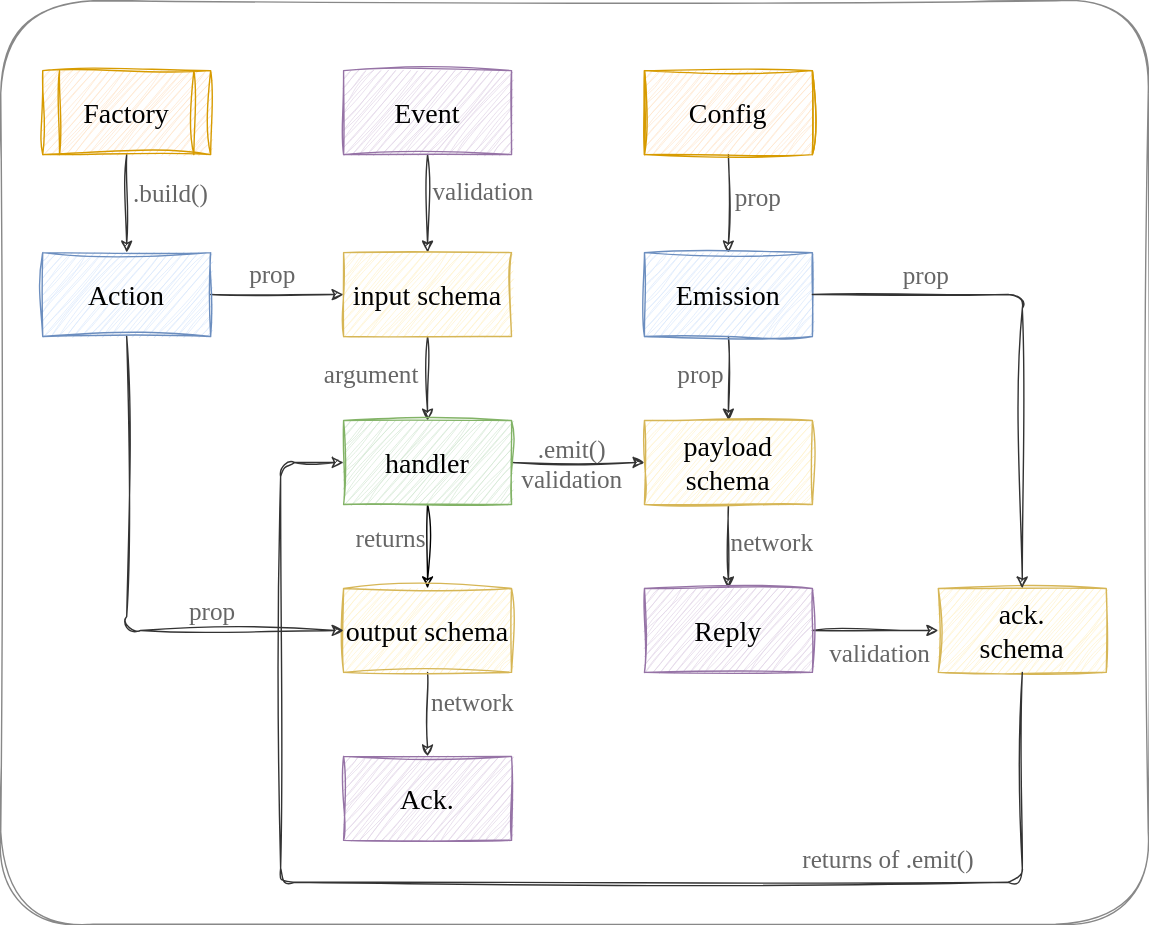
RobinTail/zod-sockets keeps this draw.io diagram as flow.svg. Above is the earlier version. Source tidied: cells renumbered, new cells last; positions are measured from the earlier drawing's top-left corner, leaving out a move shared by most shapes.
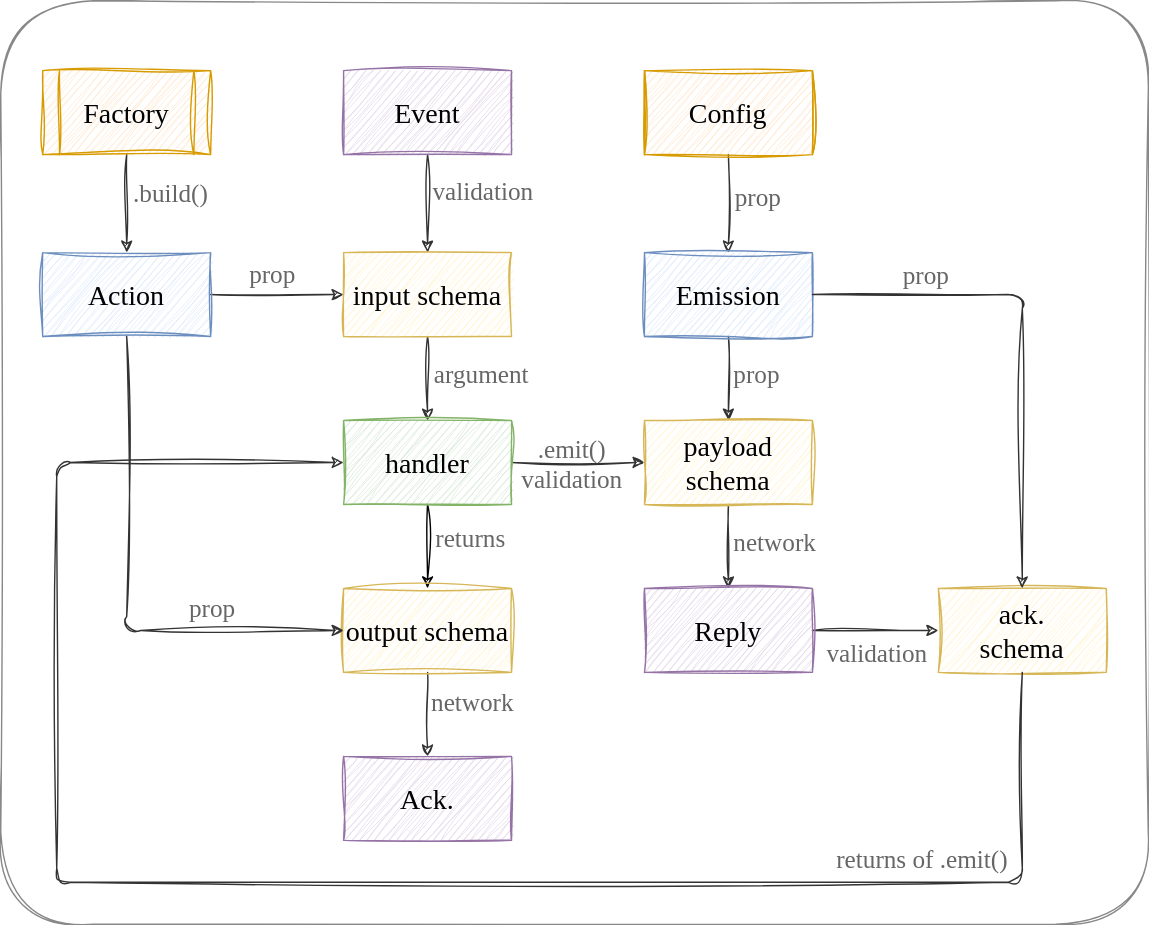
After the change.

Commit message:
Arranging the flow captions on the diagram

Change to the diagram source:
```diff
@@ -35,7 +35,7 @@
     <mxCell id="12" style="edgeStyle=orthogonalEdgeStyle;rounded=0;sketch=1;hachureGap=4;jiggle=2;curveFitting=1;jettySize=auto;html=1;fontFamily=Architects Daughter;fontSource=https%3A%2F%2Ffonts.googleapis.com%2Fcss%3Ffamily%3DArchitects%2BDaughter;fontSize=16;strokeColor=#333333;" parent="1" edge="1" source="14" target="19">
       <mxGeometry relative="1" as="geometry" />
     </mxCell>
-    <mxCell id="13" value="argument" style="edgeLabel;html=1;align=right;verticalAlign=middle;fontSize=18;fontFamily=Architects Daughter;labelBackgroundColor=none;spacingRight=3;fontColor=#666666;" parent="12" vertex="1">
+    <mxCell id="13" value="argument" style="edgeLabel;html=1;align=left;verticalAlign=middle;fontSize=18;fontFamily=Architects Daughter;labelBackgroundColor=none;spacingRight=3;fontColor=#666666;spacingLeft=6;" parent="12" vertex="1">
       <mxGeometry x="-0.11" y="-3" relative="1" as="geometry" />
     </mxCell>
     <mxCell id="14" value="input schema" style="rounded=0;whiteSpace=wrap;html=1;sketch=1;hachureGap=4;jiggle=2;curveFitting=1;fontFamily=Architects Daughter;fontSource=https%3A%2F%2Ffonts.googleapis.com%2Fcss%3Ffamily%3DArchitects%2BDaughter;fontSize=20;fillColor=#fff2cc;strokeColor=#d6b656;" parent="1" vertex="1">
@@ -50,7 +50,7 @@
     <mxCell id="17" style="edgeStyle=orthogonalEdgeStyle;rounded=0;sketch=1;hachureGap=4;jiggle=2;curveFitting=1;jettySize=auto;html=1;fontFamily=Architects Daughter;fontSource=https%3A%2F%2Ffonts.googleapis.com%2Fcss%3Ffamily%3DArchitects%2BDaughter;fontSize=16;" parent="1" edge="1" source="19" target="22">
       <mxGeometry relative="1" as="geometry" />
     </mxCell>
-    <mxCell id="18" value="returns" style="edgeLabel;html=1;align=right;verticalAlign=middle;fontSize=18;fontFamily=Architects Daughter;spacingRight=3;fontColor=#666666;" parent="17" vertex="1">
+    <mxCell id="18" value="returns" style="edgeLabel;html=1;align=left;verticalAlign=middle;fontSize=18;fontFamily=Architects Daughter;spacingRight=3;fontColor=#666666;spacingLeft=2;" parent="17" vertex="1">
       <mxGeometry x="-0.2" y="2" relative="1" as="geometry" />
     </mxCell>
     <mxCell id="19" value="handler" style="rounded=0;whiteSpace=wrap;html=1;sketch=1;hachureGap=4;jiggle=2;curveFitting=1;fontFamily=Architects Daughter;fontSource=https%3A%2F%2Ffonts.googleapis.com%2Fcss%3Ffamily%3DArchitects%2BDaughter;fontSize=20;fillColor=#d5e8d4;strokeColor=#82b366;" parent="1" vertex="1">
@@ -82,7 +82,7 @@
     <mxCell id="27" style="edgeStyle=orthogonalEdgeStyle;rounded=0;sketch=1;hachureGap=4;jiggle=2;curveFitting=1;jettySize=auto;html=1;fontFamily=Architects Daughter;fontSource=https%3A%2F%2Ffonts.googleapis.com%2Fcss%3Ffamily%3DArchitects%2BDaughter;fontSize=16;strokeColor=#333333;" parent="1" edge="1" source="29" target="32">
       <mxGeometry relative="1" as="geometry" />
     </mxCell>
-    <mxCell id="28" value="prop" style="edgeLabel;html=1;align=right;verticalAlign=middle;fontSize=18;fontFamily=Architects Daughter;spacingRight=3;labelBackgroundColor=none;fontColor=#666666;" parent="27" vertex="1">
+    <mxCell id="28" value="prop" style="edgeLabel;html=1;align=left;verticalAlign=middle;fontSize=18;fontFamily=Architects Daughter;spacingRight=3;labelBackgroundColor=none;fontColor=#666666;spacingLeft=2;" parent="27" vertex="1">
       <mxGeometry x="-0.11" relative="1" as="geometry" />
     </mxCell>
     <mxCell id="29" value="Emission" style="rounded=0;whiteSpace=wrap;html=1;sketch=1;hachureGap=4;jiggle=2;curveFitting=1;fontFamily=Architects Daughter;fontSource=https%3A%2F%2Ffonts.googleapis.com%2Fcss%3Ffamily%3DArchitects%2BDaughter;fontSize=20;fillColor=#dae8fc;strokeColor=#6c8ebf;" parent="1" vertex="1">
@@ -91,7 +91,7 @@
     <mxCell id="30" style="edgeStyle=orthogonalEdgeStyle;rounded=0;sketch=1;hachureGap=4;jiggle=2;curveFitting=1;jettySize=auto;html=1;fontFamily=Architects Daughter;fontSource=https%3A%2F%2Ffonts.googleapis.com%2Fcss%3Ffamily%3DArchitects%2BDaughter;fontSize=16;strokeColor=#333333;" parent="1" edge="1" source="32" target="42">
       <mxGeometry relative="1" as="geometry" />
     </mxCell>
-    <mxCell id="31" value="network" style="edgeLabel;html=1;align=left;verticalAlign=middle;fontSize=18;fontFamily=Architects Daughter;labelBackgroundColor=none;fontColor=#666666;" parent="30" vertex="1">
+    <mxCell id="31" value="network" style="edgeLabel;html=1;align=left;verticalAlign=middle;fontSize=18;fontFamily=Architects Daughter;labelBackgroundColor=none;fontColor=#666666;spacingLeft=2;" parent="30" vertex="1">
       <mxGeometry x="-0.11" relative="1" as="geometry" />
     </mxCell>
     <mxCell id="32" value="payload schema" style="rounded=0;whiteSpace=wrap;html=1;sketch=1;hachureGap=4;jiggle=2;curveFitting=1;fontFamily=Architects Daughter;fontSource=https%3A%2F%2Ffonts.googleapis.com%2Fcss%3Ffamily%3DArchitects%2BDaughter;fontSize=20;fillColor=#fff2cc;strokeColor=#d6b656;" parent="1" vertex="1">
@@ -104,18 +104,20 @@
       <mxGeometry relative="1" as="geometry">
         <Array as="points">
           <mxPoint x="730" y="630" />
-          <mxPoint x="200" y="630" />
-          <mxPoint x="200" y="330" />
+          <mxPoint x="40" y="630" />
+          <mxPoint x="40" y="330" />
         </Array>
       </mxGeometry>
     </mxCell>
-    <mxCell id="35" value="returns of .emit()" style="edgeLabel;html=1;align=center;verticalAlign=bottom;fontSize=18;fontFamily=Architects Daughter;labelBackgroundColor=none;fontColor=#666666;" parent="34" vertex="1">
-      <mxGeometry x="-0.52" y="-3" relative="1" as="geometry" />
+    <mxCell id="35" value="returns of .emit()" style="edgeLabel;html=1;align=right;verticalAlign=bottom;fontSize=18;fontFamily=Architects Daughter;labelBackgroundColor=none;fontColor=#666666;" parent="34" vertex="1">
+      <mxGeometry x="-0.52" y="-3" relative="1" as="geometry">
+        <mxPoint x="165" as="offset" />
+      </mxGeometry>
     </mxCell>
     <mxCell id="36" style="edgeStyle=orthogonalEdgeStyle;rounded=1;sketch=1;hachureGap=4;jiggle=2;curveFitting=1;jettySize=auto;html=1;fontFamily=Architects Daughter;fontSource=https%3A%2F%2Ffonts.googleapis.com%2Fcss%3Ffamily%3DArchitects%2BDaughter;fontSize=16;exitX=0.5;exitY=1;exitDx=0;exitDy=0;entryX=0;entryY=0.5;entryDx=0;entryDy=0;noJump=0;curved=0;strokeColor=#333333;" parent="1" edge="1" source="11" target="22">
       <mxGeometry relative="1" as="geometry" />
     </mxCell>
-    <mxCell id="37" value="prop" style="edgeLabel;html=1;align=center;verticalAlign=bottom;fontSize=18;fontFamily=Architects Daughter;labelBackgroundColor=none;fontColor=#666666;" parent="36" vertex="1">
+    <mxCell id="37" value="prop" style="edgeLabel;html=1;align=center;verticalAlign=bottom;fontSize=18;fontFamily=Architects Daughter;labelBackgroundColor=none;fontColor=#666666;spacingBottom=2;" parent="36" vertex="1">
       <mxGeometry x="0.68" relative="1" as="geometry">
         <mxPoint x="-36" as="offset" />
       </mxGeometry>
@@ -131,7 +133,7 @@
     <mxCell id="40" style="edgeStyle=orthogonalEdgeStyle;rounded=0;sketch=1;hachureGap=4;jiggle=2;curveFitting=1;jettySize=auto;html=1;fontFamily=Architects Daughter;fontSource=https%3A%2F%2Ffonts.googleapis.com%2Fcss%3Ffamily%3DArchitects%2BDaughter;fontSize=16;strokeColor=#333333;" parent="1" edge="1" source="42" target="33">
       <mxGeometry relative="1" as="geometry" />
     </mxCell>
-    <mxCell id="41" value="validation" style="edgeLabel;html=1;align=center;verticalAlign=top;fontSize=18;fontFamily=Architects Daughter;spacingRight=6;fontColor=#666666;" parent="40" vertex="1">
+    <mxCell id="41" value="validation" style="edgeLabel;html=1;align=center;verticalAlign=top;fontSize=18;fontFamily=Architects Daughter;spacingRight=9;fontColor=#666666;" parent="40" vertex="1">
       <mxGeometry x="0.21" y="1" relative="1" as="geometry">
         <mxPoint x="-5" y="1" as="offset" />
       </mxGeometry>
```
